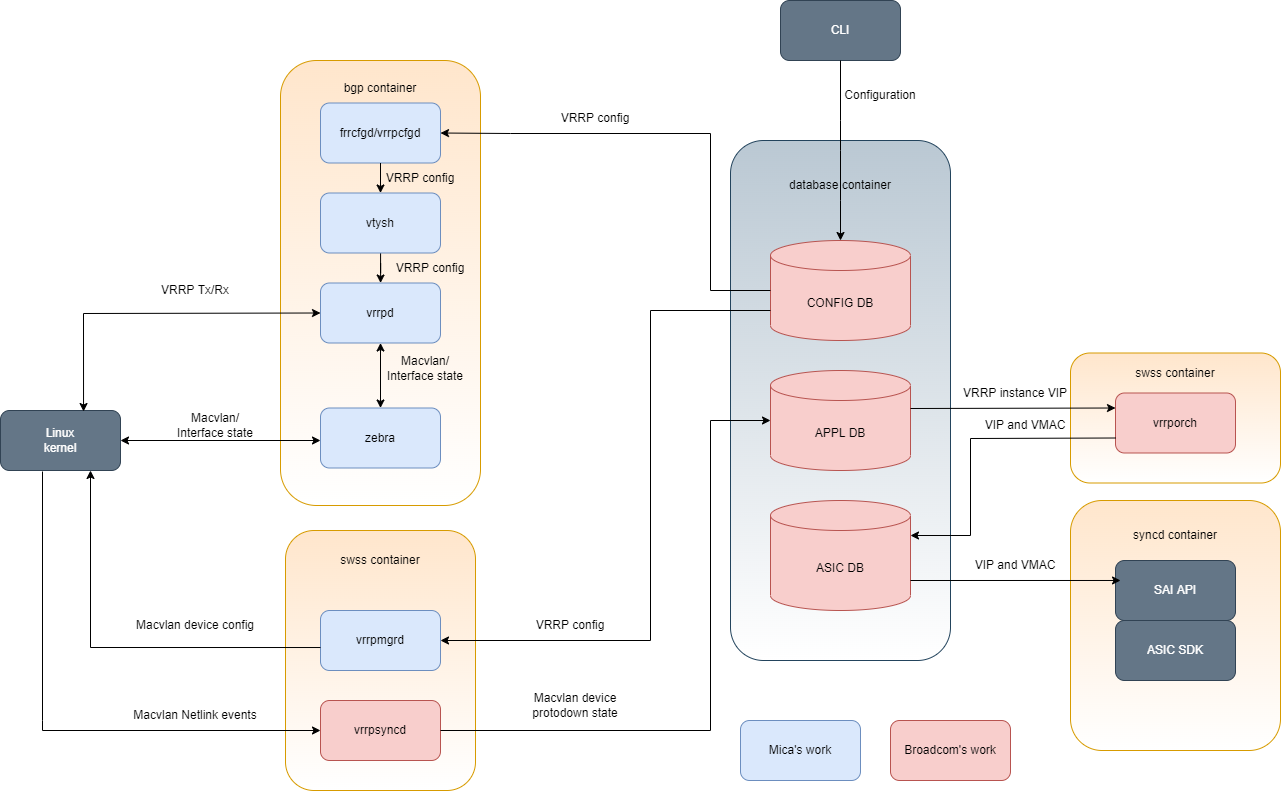
Before: doc/vrrp/images/VRRP_Architecture_Diagram.png, a diagram exported from draw.io (sonic-net/SONiC). Source tidied: cells renumbered, new cells last; positions are measured from the earlier drawing's top-left corner, leaving out a move shared by most shapes.
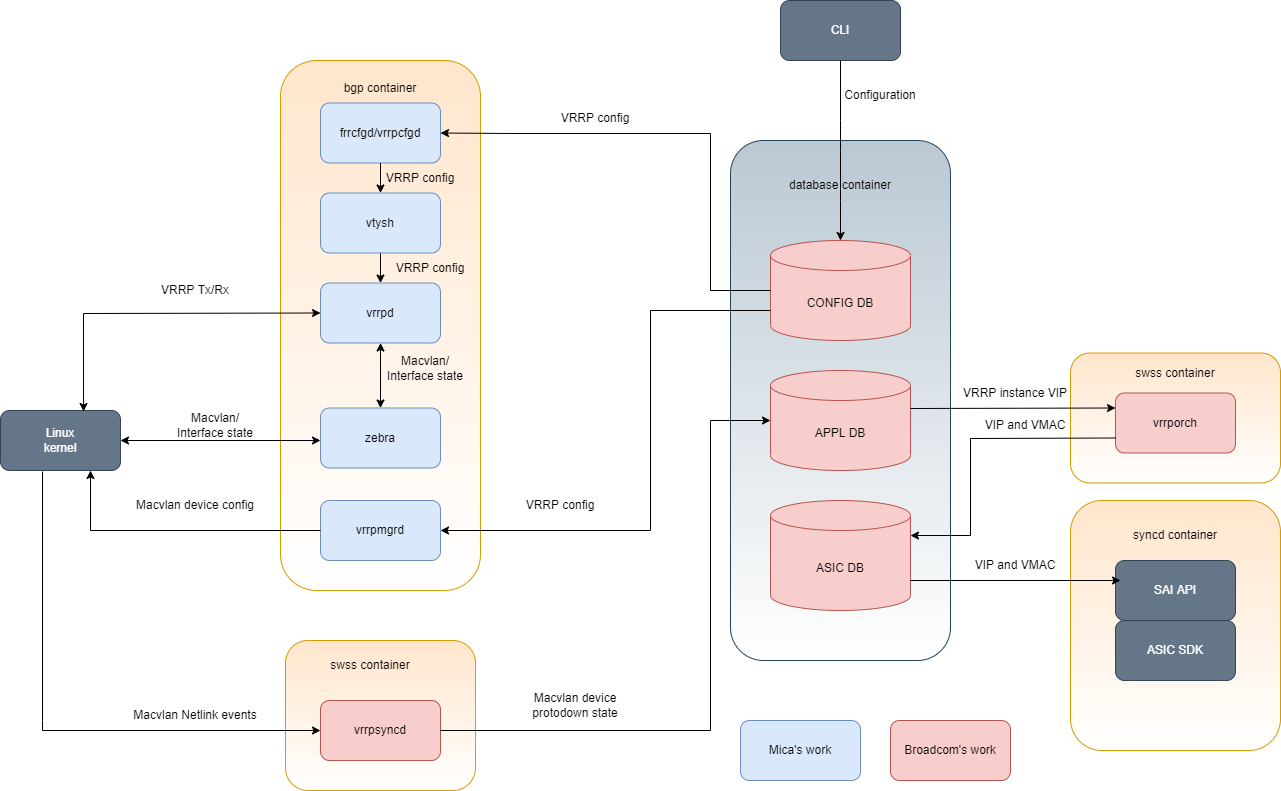
After the commit.

Commit message:
Run vrrpmgrd in BGP container

Diff of the diagram source:
```diff
@@ -3,10 +3,10 @@
     <mxCell id="0" />
     <mxCell id="1" parent="0" />
     <mxCell id="2" style="rounded=1;whiteSpace=wrap;html=1;fillColor=#ffe6cc;strokeColor=#d79b00;gradientColor=#ffffff;" parent="1" vertex="1">
-      <mxGeometry x="285" y="530" width="190" height="260" as="geometry" />
+      <mxGeometry x="285" y="640" width="190" height="150" as="geometry" />
     </mxCell>
     <mxCell id="3" value="&lt;p style=&quot;line-height: 1.2&quot;&gt;&lt;br&gt;&lt;/p&gt;" style="rounded=1;whiteSpace=wrap;html=1;arcSize=18;fillColor=#ffe6cc;strokeColor=#d79b00;gradientColor=#ffffff;" parent="1" vertex="1">
-      <mxGeometry x="280" y="60" width="200" height="445" as="geometry" />
+      <mxGeometry x="280" y="60" width="200" height="530" as="geometry" />
     </mxCell>
     <mxCell id="4" value="bgp container" style="text;html=1;strokeColor=none;fillColor=none;align=center;verticalAlign=middle;whiteSpace=wrap;rounded=0;" parent="1" vertex="1">
       <mxGeometry x="335" y="72.5" width="90" height="30" as="geometry" />
@@ -79,7 +79,7 @@
       <mxGeometry x="390" y="252.5" width="80" height="30" as="geometry" />
     </mxCell>
     <mxCell id="26" value="Macvlan device config" style="text;html=1;strokeColor=none;fillColor=none;align=center;verticalAlign=middle;whiteSpace=wrap;rounded=0;" parent="1" vertex="1">
-      <mxGeometry x="115" y="610" width="160" height="30" as="geometry" />
+      <mxGeometry x="115" y="490" width="160" height="30" as="geometry" />
     </mxCell>
     <mxCell id="27" style="endArrow=classic;html=1;rounded=0;entryX=0;entryY=0.5;entryDx=0;entryDy=0;exitX=0.35;exitY=1.017;exitDx=0;exitDy=0;exitPerimeter=0;" parent="1" edge="1" source="10" target="9">
       <mxGeometry relative="1" as="geometry">
@@ -163,15 +163,15 @@
       <mxGeometry x="890" y="720" width="120" height="60" as="geometry" />
     </mxCell>
     <mxCell id="47" value="swss container" style="text;html=1;strokeColor=none;fillColor=none;align=center;verticalAlign=middle;whiteSpace=wrap;rounded=0;" parent="1" vertex="1">
-      <mxGeometry x="325" y="545" width="110" height="30" as="geometry" />
+      <mxGeometry x="315" y="650" width="110" height="30" as="geometry" />
     </mxCell>
     <mxCell id="48" value="vrrpmgrd&lt;br&gt;" style="rounded=1;whiteSpace=wrap;html=1;fillColor=#dae8fc;strokeColor=#6c8ebf;gradientColor=none;" parent="1" vertex="1">
-      <mxGeometry x="320" y="610" width="120" height="60" as="geometry" />
+      <mxGeometry x="320" y="500" width="120" height="60" as="geometry" />
     </mxCell>
-    <mxCell id="49" style="endArrow=classic;html=1;rounded=0;exitX=0;exitY=0.617;exitDx=0;exitDy=0;exitPerimeter=0;entryX=0.75;entryY=1;entryDx=0;entryDy=0;" parent="1" edge="1" source="48" target="10">
+    <mxCell id="49" style="endArrow=classic;html=1;rounded=0;exitX=0;exitY=0.5;exitDx=0;exitDy=0;entryX=0.75;entryY=1;entryDx=0;entryDy=0;" parent="1" edge="1" source="48" target="10">
       <mxGeometry relative="1" as="geometry">
         <Array as="points">
-          <mxPoint x="90" y="647" />
+          <mxPoint x="90" y="530" />
         </Array>
       </mxGeometry>
     </mxCell>
@@ -180,12 +180,12 @@
         <mxPoint x="770" y="310" as="sourcePoint" />
         <Array as="points">
           <mxPoint x="650" y="310" />
-          <mxPoint x="650" y="640" />
+          <mxPoint x="650" y="530" />
         </Array>
       </mxGeometry>
     </mxCell>
     <mxCell id="51" value="VRRP config" style="text;html=1;strokeColor=none;fillColor=none;align=center;verticalAlign=middle;whiteSpace=wrap;rounded=0;rotation=0;" parent="1" vertex="1">
-      <mxGeometry x="520" y="610" width="100" height="30" as="geometry" />
+      <mxGeometry x="510" y="490" width="100" height="30" as="geometry" />
     </mxCell>
     <mxCell id="52" style="endArrow=classic;html=1;rounded=0;entryX=1;entryY=0.5;entryDx=0;entryDy=0;exitX=0;exitY=0.5;exitDx=0;exitDy=0;exitPerimeter=0;" parent="1" edge="1" source="14" target="41">
       <mxGeometry relative="1" as="geometry">
```
